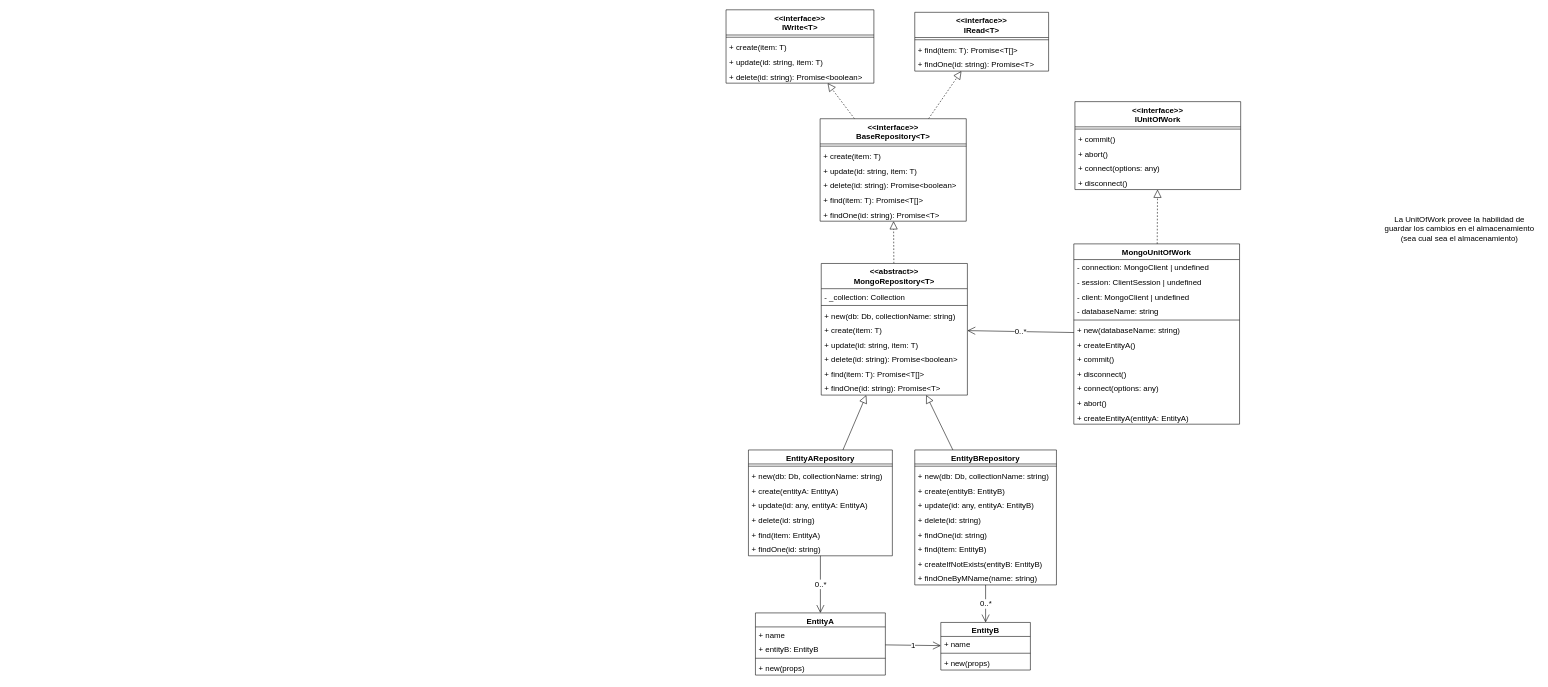
This is docs/persistence.drawio from JCaeta/template-node-api-server, a draw.io file, before an edit. Source tidied: cells renumbered, new cells numbered last; positions are measured from the earlier drawing's top-left corner, leaving out a move shared by most shapes. Both pictures are drawn from the tidied source at 56%, with x=0, y=0 at pixel (726, 10).
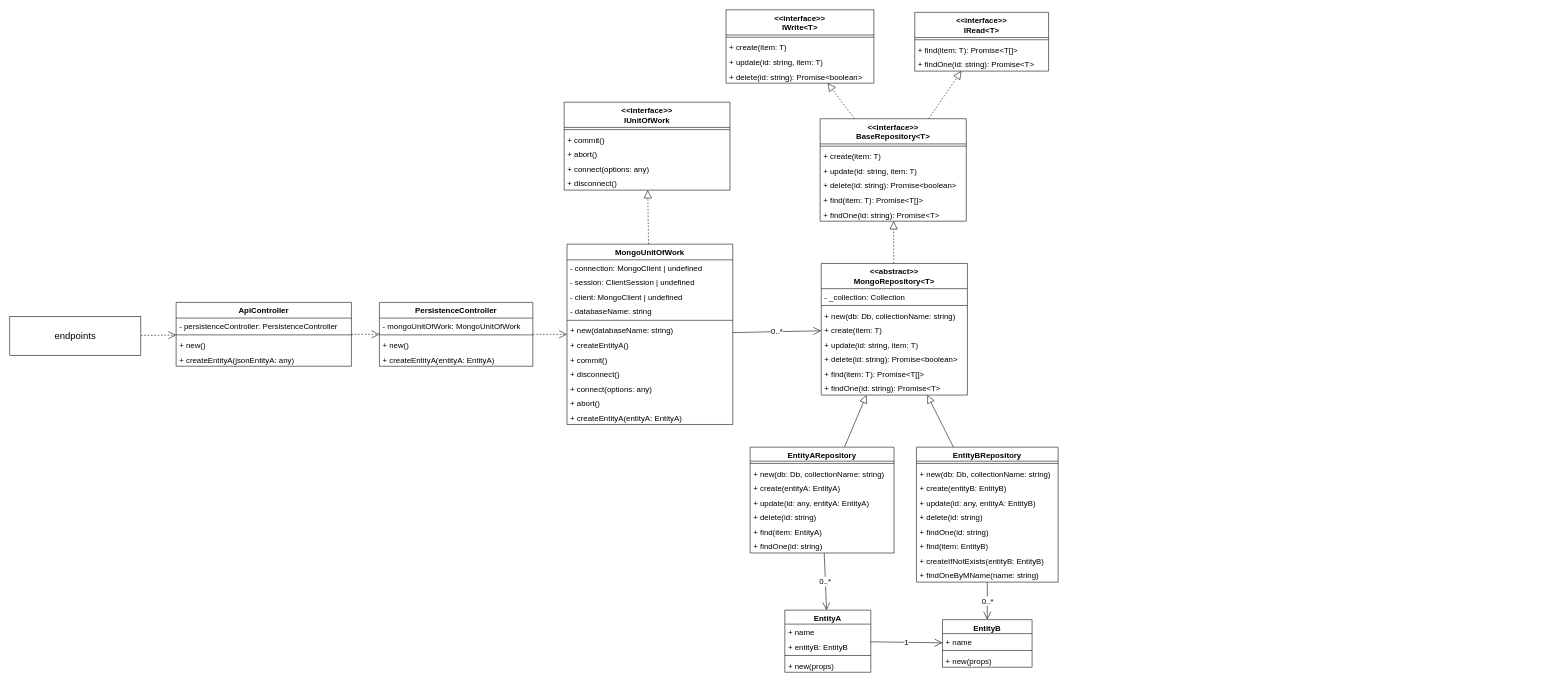
The same page after the edit.

Diff of the diagram source:
```diff
@@
     <mxCell id="2" value="EntityB" style="swimlane;fontStyle=1;align=center;verticalAlign=top;horizontal=1;startSize=25;fontSize=14;" parent="1" vertex="1">
-      <mxGeometry x="383.5" y="1094" width="160" height="85" as="geometry" />
+      <mxGeometry x="386.5" y="1089" width="160" height="85" as="geometry" />
     </mxCell>
@@
     <mxCell id="26" value="EntityBRepository" style="swimlane;fontStyle=1;align=center;verticalAlign=top;horizontal=1;startSize=25;fontSize=14;" parent="1" vertex="1">
-      <mxGeometry x="337" y="786" width="253" height="241" as="geometry" />
+      <mxGeometry x="340" y="781" width="253" height="241" as="geometry" />
     </mxCell>
@@
     <mxCell id="38" value="EntityARepository" style="swimlane;fontStyle=1;align=center;verticalAlign=top;horizontal=1;startSize=25;fontSize=14;" parent="1" vertex="1">
-      <mxGeometry x="40" y="786" width="257" height="189" as="geometry" />
+      <mxGeometry x="43" y="781" width="257" height="189" as="geometry" />
     </mxCell>
@@
     <mxCell id="47" value="EntityA" style="swimlane;fontStyle=1;align=center;verticalAlign=top;horizontal=1;startSize=25;fontSize=14;" parent="1" vertex="1">
-      <mxGeometry x="52.5" y="1077" width="232" height="111" as="geometry" />
+      <mxGeometry x="105" y="1072" width="153.5" height="111" as="geometry" />
     </mxCell>
     <mxCell id="48" value="+ name" style="text;strokeColor=none;fillColor=none;align=left;verticalAlign=top;spacingLeft=4;spacingRight=4;overflow=hidden;fontSize=14;" parent="47" vertex="1">
-      <mxGeometry y="25" width="232" height="26" as="geometry" />
+      <mxGeometry y="25" width="153.5" height="26" as="geometry" />
     </mxCell>
     <mxCell id="49" value="+ entityB: EntityB" style="text;strokeColor=none;fillColor=none;align=left;verticalAlign=top;spacingLeft=4;spacingRight=4;overflow=hidden;fontSize=14;" parent="47" vertex="1">
-      <mxGeometry y="51" width="232" height="26" as="geometry" />
+      <mxGeometry y="51" width="153.5" height="26" as="geometry" />
     </mxCell>
     <mxCell id="50" style="line;strokeWidth=1;fillColor=none;align=left;verticalAlign=middle;spacingTop=-1;spacingLeft=3;spacingRight=3;labelPosition=right;fontSize=16;" parent="47" vertex="1">
-      <mxGeometry y="77" width="232" height="8" as="geometry" />
+      <mxGeometry y="77" width="153.5" height="8" as="geometry" />
     </mxCell>
     <mxCell id="51" value="+ new(props)" style="text;strokeColor=none;fillColor=none;align=left;verticalAlign=top;spacingLeft=4;spacingRight=4;overflow=hidden;fontSize=14;" parent="47" vertex="1">
-      <mxGeometry y="85" width="232" height="26" as="geometry" />
+      <mxGeometry y="85" width="153.5" height="26" as="geometry" />
     </mxCell>
@@
     <mxCell id="62" value="&lt;&lt;interface&gt;&gt;&#10;IUnitOfWork" style="swimlane;fontStyle=1;align=center;verticalAlign=top;horizontal=1;startSize=45;fontSize=14;" parent="1" vertex="1">
-      <mxGeometry x="623" y="164" width="296" height="157" as="geometry" />
+      <mxGeometry x="-289" y="165" width="296" height="157" as="geometry" />
     </mxCell>
@@
-    <mxCell id="68" value="La UnitOfWork provee la habilidad de guardar los cambios en el almacenamiento (sea cual sea el almacenamiento)" style="text;html=1;strokeColor=none;fillColor=none;align=center;verticalAlign=middle;whiteSpace=wrap;rounded=0;fontSize=14;" parent="1" vertex="1">
-      <mxGeometry x="1170" y="359" width="280" height="63" as="geometry" />
-    </mxCell>
@@
     <mxCell id="71" value="MongoUnitOfWork" style="swimlane;fontStyle=1;align=center;verticalAlign=top;horizontal=1;startSize=28;fontSize=14;" parent="1" vertex="1">
-      <mxGeometry x="621" y="418" width="296" height="322" as="geometry" />
+      <mxGeometry x="-284" y="418.5" width="296" height="322" as="geometry" />
     </mxCell>
@@
+    <mxCell id="84" style="rounded=0;jettySize=auto;html=1;dashed=1;endArrow=open;endFill=0;endSize=12;" parent="1" edge="1" source="85" target="71">
+      <mxGeometry relative="1" as="geometry" />
+    </mxCell>
+    <mxCell id="85" value="PersistenceController" style="swimlane;fontStyle=1;align=center;verticalAlign=top;horizontal=1;startSize=28;fontSize=14;" parent="1" vertex="1">
+      <mxGeometry x="-619" y="522.5" width="274" height="114" as="geometry" />
+    </mxCell>
+    <mxCell id="86" value="- mongoUnitOfWork: MongoUnitOfWork" style="text;strokeColor=none;fillColor=none;align=left;verticalAlign=top;spacingLeft=4;spacingRight=4;overflow=hidden;fontSize=14;" parent="85" vertex="1">
+      <mxGeometry y="28" width="274" height="26" as="geometry" />
+    </mxCell>
+    <mxCell id="87" style="line;strokeWidth=1;fillColor=none;align=left;verticalAlign=middle;spacingTop=-1;spacingLeft=3;spacingRight=3;labelPosition=right;fontSize=16;" parent="85" vertex="1">
+      <mxGeometry y="54" width="274" height="8" as="geometry" />
+    </mxCell>
+    <mxCell id="88" value="+ new()" style="text;strokeColor=none;fillColor=none;align=left;verticalAlign=top;spacingLeft=4;spacingRight=4;overflow=hidden;fontSize=14;" parent="85" vertex="1">
+      <mxGeometry y="62" width="274" height="26" as="geometry" />
+    </mxCell>
+    <mxCell id="89" value="+ createEntityA(entityA: EntityA)" style="text;strokeColor=none;fillColor=none;align=left;verticalAlign=top;spacingLeft=4;spacingRight=4;overflow=hidden;fontSize=14;" parent="85" vertex="1">
+      <mxGeometry y="88" width="274" height="26" as="geometry" />
+    </mxCell>
+    <mxCell id="90" style="edgeStyle=none;rounded=0;jettySize=auto;html=1;dashed=1;endArrow=open;endFill=0;endSize=12;" parent="1" edge="1" source="91" target="85">
+      <mxGeometry relative="1" as="geometry" />
+    </mxCell>
+    <mxCell id="91" value="ApiController" style="swimlane;fontStyle=1;align=center;verticalAlign=top;horizontal=1;startSize=28;fontSize=14;" parent="1" vertex="1">
+      <mxGeometry x="-982" y="522.5" width="313" height="114" as="geometry" />
+    </mxCell>
+    <mxCell id="92" value="- persistenceController: PersistenceController" style="text;strokeColor=none;fillColor=none;align=left;verticalAlign=top;spacingLeft=4;spacingRight=4;overflow=hidden;fontSize=14;" parent="91" vertex="1">
+      <mxGeometry y="28" width="313" height="26" as="geometry" />
+    </mxCell>
+    <mxCell id="93" style="line;strokeWidth=1;fillColor=none;align=left;verticalAlign=middle;spacingTop=-1;spacingLeft=3;spacingRight=3;labelPosition=right;fontSize=16;" parent="91" vertex="1">
+      <mxGeometry y="54" width="313" height="8" as="geometry" />
+    </mxCell>
+    <mxCell id="94" value="+ new()" style="text;strokeColor=none;fillColor=none;align=left;verticalAlign=top;spacingLeft=4;spacingRight=4;overflow=hidden;fontSize=14;" parent="91" vertex="1">
+      <mxGeometry y="62" width="313" height="26" as="geometry" />
+    </mxCell>
+    <mxCell id="95" value="+ createEntityA(jsonEntityA: any)" style="text;strokeColor=none;fillColor=none;align=left;verticalAlign=top;spacingLeft=4;spacingRight=4;overflow=hidden;fontSize=14;" parent="91" vertex="1">
+      <mxGeometry y="88" width="313" height="26" as="geometry" />
+    </mxCell>
+    <mxCell id="96" style="edgeStyle=none;rounded=0;jettySize=auto;html=1;dashed=1;endArrow=open;endFill=0;endSize=12;" parent="1" edge="1" source="97" target="91">
+      <mxGeometry relative="1" as="geometry" />
+    </mxCell>
+    <mxCell id="97" value="endpoints" style="rounded=0;whiteSpace=wrap;html=1;fontSize=17;" parent="1" vertex="1">
+      <mxGeometry x="-1279" y="548" width="234" height="69" as="geometry" />
+    </mxCell>
```
